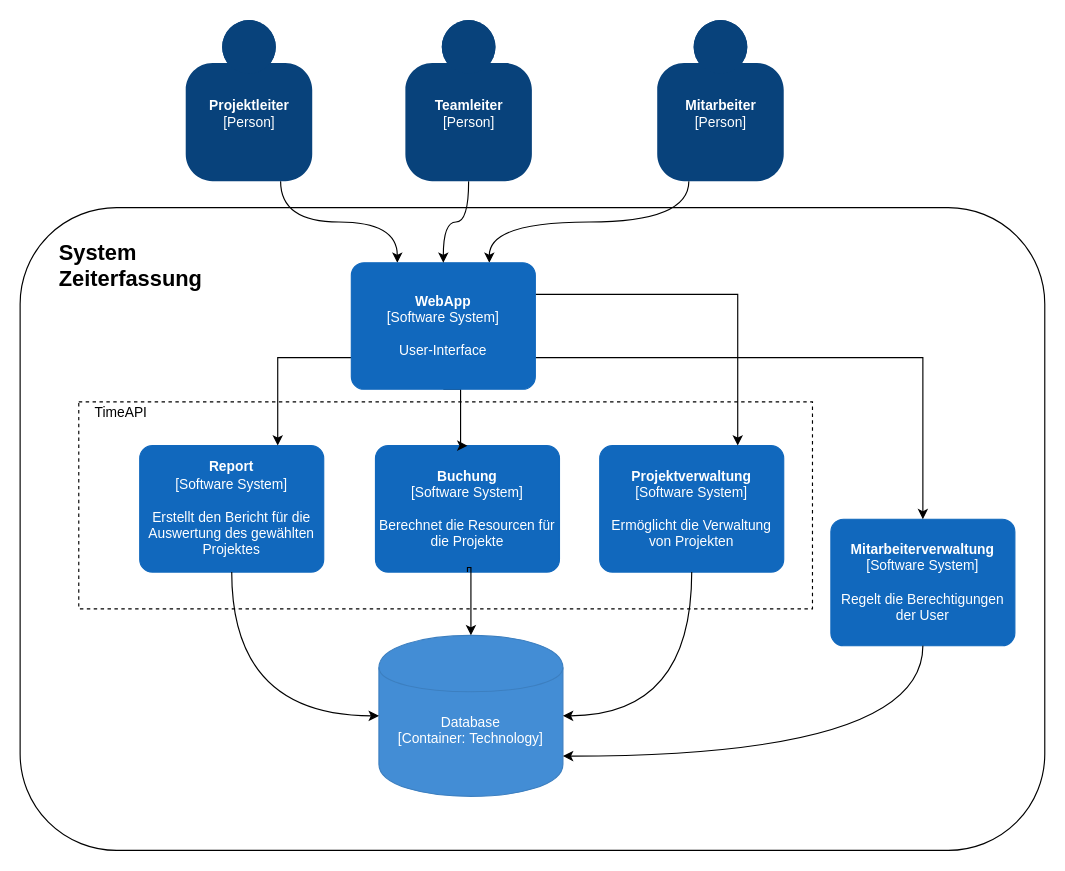
Earlier version of the draw.io diagram page "Context Diagram" (1 of 2) of C4Model_Zeiterfassung.drawio (devdbl/TimeTool). Source tidied: cells renumbered, new cells numbered last; positions are measured from the earlier drawing's top-left corner, leaving out a move shared by most shapes. Both pictures are drawn from the tidied source at 115%, with x=0, y=0 at pixel (20, 20).
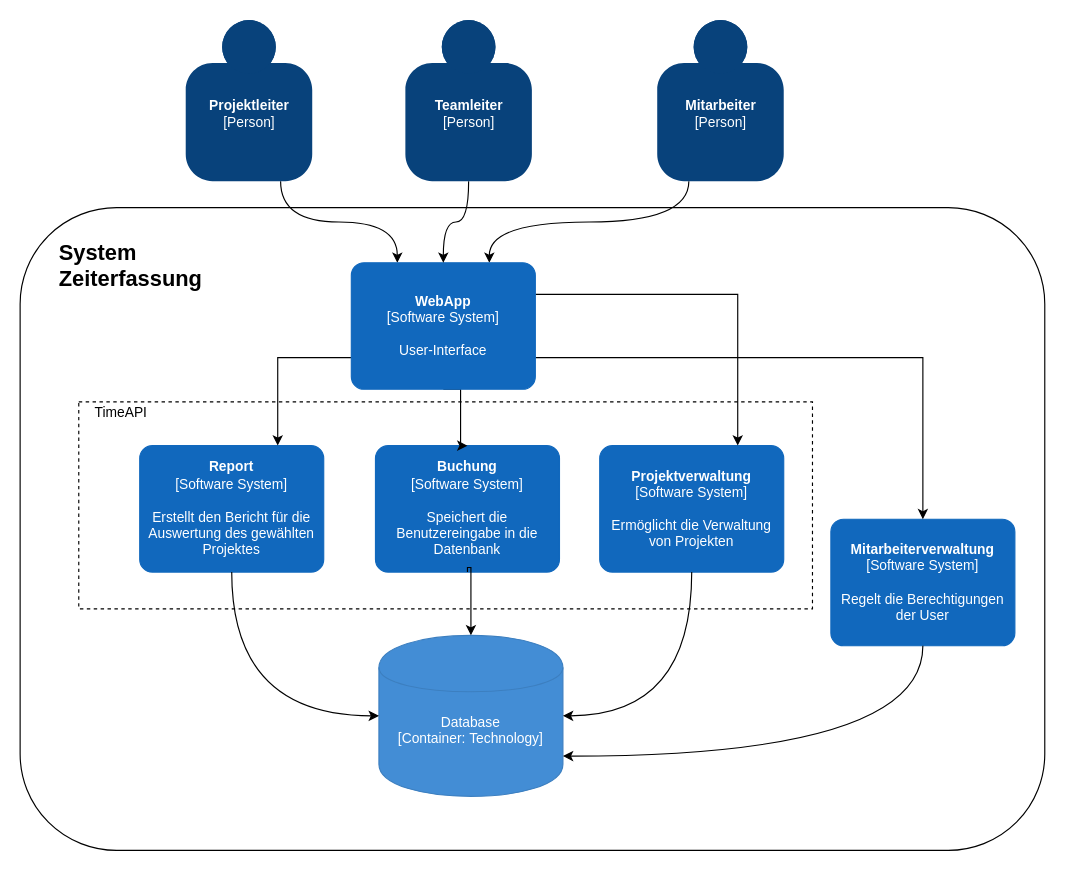
After the change.

Unchanged cells that the change refers to:
```xml
<mxCell id="2" style="group;" parent="1" vertex="1">
  <mxGeometry y="163" width="891" height="559" as="geometry" />
</mxCell>
```

The edit, as a diff of the source:
```diff
@@
-    <object id="8" label="&lt;b&gt;%c4Name%&lt;/b&gt;&lt;div&gt;[%c4Type%]&lt;/div&gt;&lt;br&gt;&lt;div&gt;%c4Description%&lt;/div&gt;" c4Description="Berechnet die Resourcen für die Projekte" c4Name="Buchung" c4Type="Software System" placeholders="1">
+    <object id="8" label="&lt;b&gt;%c4Name%&lt;/b&gt;&lt;div&gt;[%c4Type%]&lt;/div&gt;&lt;br&gt;&lt;div&gt;%c4Description%&lt;/div&gt;" c4Description="Speichert die Benutzereingabe in die Datenbank" c4Name="Buchung" c4Type="Software System" placeholders="1">
       <mxCell style="rounded=1;whiteSpace=wrap;html=1;labelBackgroundColor=none;fillColor=#1168BD;fontColor=#ffffff;align=center;arcSize=10;strokeColor=#1168BD;metaData={&quot;c4Type&quot;:{&quot;editable&quot;:false}};points=[[0.25,0,0],[0.5,0,0],[0.75,0,0],[1,0.25,0],[1,0.5,0],[1,0.75,0],[0.75,1,0],[0.5,1,0],[0.25,1,0],[0,0.75,0],[0,0.5,0],[0,0.25,0]];" parent="2" vertex="1">
         <mxGeometry x="309" y="207" width="160" height="110" as="geometry" />
       </mxCell>
     </object>
```
